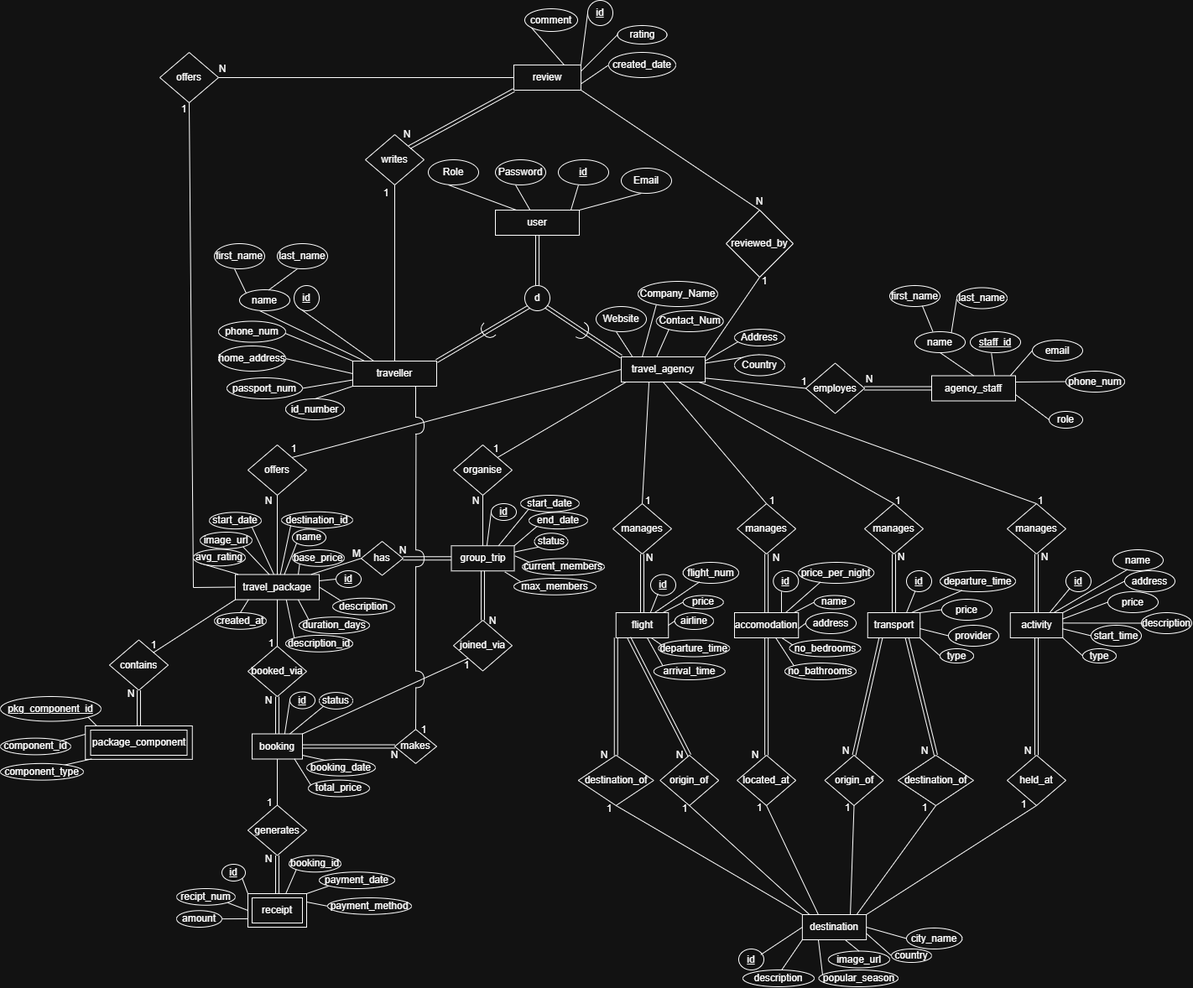
The draw.io diagram COS_212_HA_(E)ER.png in duckyducky2850/221prac5, before a commit. Source tidied: cells renumbered, new cells last; positions are measured from the earlier drawing's top-left corner, leaving out a move shared by most shapes.
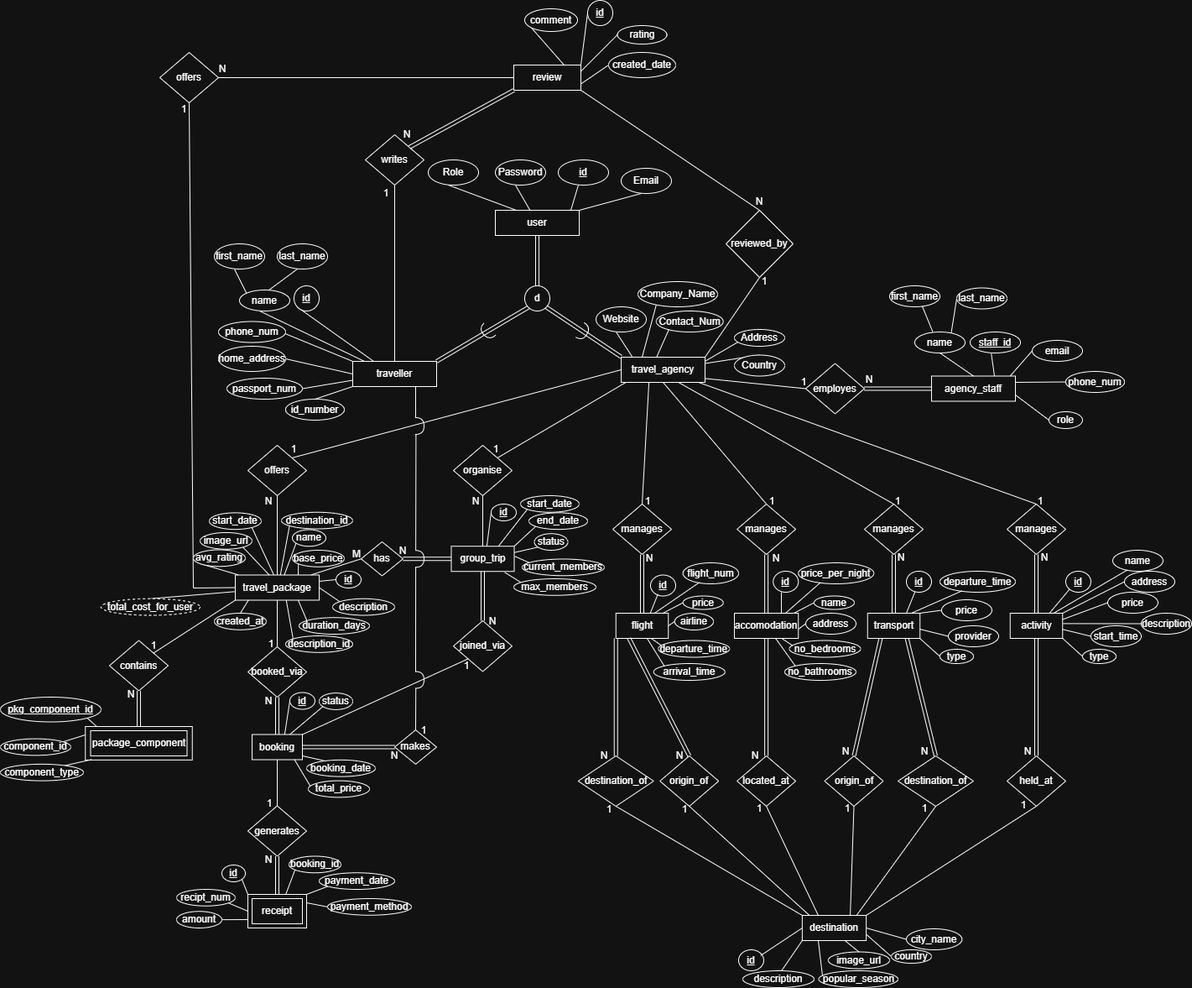
Above is the later version.

Commit message:
Uploaded the new (E)ER with the added derived attribute

Diff of the diagram source:
```diff
@@ -989,5 +989,11 @@
     <mxCell id="317" value="start_date" style="ellipse;whiteSpace=wrap;html=1;" parent="1" vertex="1">
       <mxGeometry x="249" y="610.4" width="62" height="19.8" as="geometry" />
     </mxCell>
+    <mxCell id="318" style="endArrow=none;html=1;rounded=0;entryX=-0.01;entryY=0.661;entryDx=0;entryDy=0;exitX=0.5;exitY=0;exitDx=0;exitDy=0;entryPerimeter=0;" parent="1" edge="1" source="319" target="176">
+      <mxGeometry relative="1" as="geometry" />
+    </mxCell>
+    <mxCell id="319" value="total_cost_for_user" style="ellipse;whiteSpace=wrap;html=1;dashed=1;" parent="1" vertex="1">
+      <mxGeometry x="120" y="712.8" width="118" height="19.8" as="geometry" />
+    </mxCell>
   </root>
 </mxGraphModel>
```
